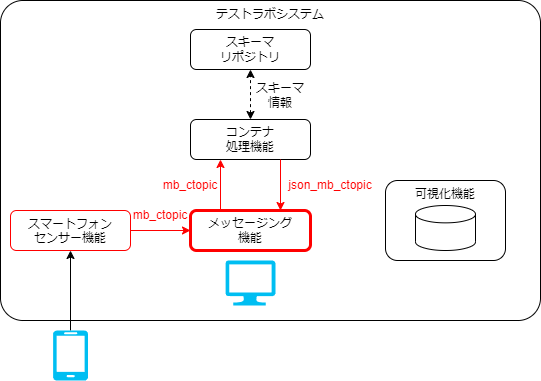
Earlier version of the draw.io export docs/testlab_system/environment/overview_target2.drawio.png (data-container-for-wearable-sensor/StartGuide). Source tidied: cells renumbered, new cells last; positions are measured from the earlier drawing's top-left corner, leaving out a move shared by most shapes.
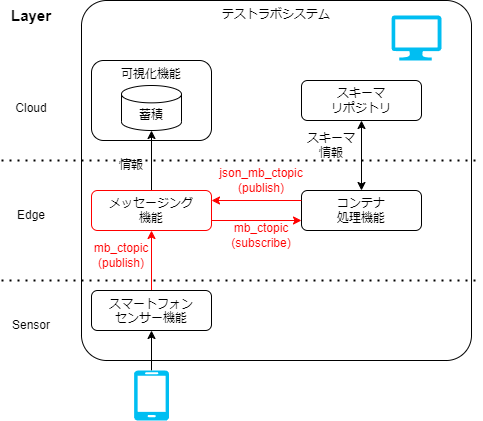
Above is the later version.

Diff of the diagram source:
```diff
@@ -3,58 +3,88 @@
     <mxCell id="0" />
     <mxCell id="1" parent="0" />
     <mxCell id="2" value="テストラボシステム" style="rounded=1;whiteSpace=wrap;html=1;fillColor=none;align=center;verticalAlign=top;arcSize=7;" parent="1" vertex="1">
-      <mxGeometry width="540" height="320" as="geometry" />
+      <mxGeometry x="110" y="-210" width="390" height="360" as="geometry" />
     </mxCell>
-    <mxCell id="3" style="edgeStyle=none;html=1;exitX=1;exitY=0.5;exitDx=0;exitDy=0;strokeColor=#FF0000;strokeWidth=1;" parent="1" edge="1" source="4" target="5">
+    <mxCell id="3" style="edgeStyle=none;html=1;strokeColor=#FF0000;" parent="1" edge="1" source="4" target="5">
       <mxGeometry relative="1" as="geometry" />
     </mxCell>
-    <mxCell id="4" value="&lt;span style=&quot;border-color: var(--border-color);&quot;&gt;スマートフォン&lt;/span&gt;&lt;br style=&quot;border-color: var(--border-color);&quot;&gt;&lt;span style=&quot;border-color: var(--border-color);&quot;&gt;センサー機能&lt;/span&gt;" style="rounded=1;whiteSpace=wrap;html=1;fillColor=none;verticalAlign=top;strokeColor=#FF0000;" parent="1" vertex="1">
-      <mxGeometry x="10" y="210" width="120" height="40" as="geometry" />
+    <mxCell id="4" value="&lt;span style=&quot;border-color: var(--border-color);&quot;&gt;スマートフォン&lt;/span&gt;&lt;br style=&quot;border-color: var(--border-color);&quot;&gt;&lt;span style=&quot;border-color: var(--border-color);&quot;&gt;センサー機能&lt;/span&gt;" style="rounded=1;whiteSpace=wrap;html=1;fillColor=none;verticalAlign=top;" parent="1" vertex="1">
+      <mxGeometry x="120" y="80" width="120" height="40" as="geometry" />
     </mxCell>
+    <mxCell id="20" style="edgeStyle=none;html=1;" parent="1" edge="1" source="5" target="23">
+      <mxGeometry relative="1" as="geometry" />
+    </mxCell>
-    <mxCell id="5" value="メッセージング&lt;br&gt;機能" style="rounded=1;whiteSpace=wrap;html=1;fillColor=none;strokeColor=#FF0000;strokeWidth=3;" parent="1" vertex="1">
-      <mxGeometry x="190" y="210" width="120" height="40" as="geometry" />
+    <mxCell id="5" value="メッセージング&lt;br&gt;機能" style="rounded=1;whiteSpace=wrap;html=1;fillColor=none;strokeColor=#FF0000;" parent="1" vertex="1">
+      <mxGeometry x="120" y="-20" width="120" height="40" as="geometry" />
     </mxCell>
     <mxCell id="6" value="コンテナ&lt;br&gt;処理機能" style="rounded=1;whiteSpace=wrap;html=1;fillColor=none;" parent="1" vertex="1">
-      <mxGeometry x="190" y="119" width="120" height="40" as="geometry" />
+      <mxGeometry x="330" y="-20" width="120" height="40" as="geometry" />
     </mxCell>
+    <mxCell id="21" value="情報" style="text;html=1;strokeColor=none;fillColor=none;align=center;verticalAlign=middle;whiteSpace=wrap;rounded=0;" parent="1" vertex="1">
+      <mxGeometry x="130" y="-60" width="60" height="30" as="geometry" />
+    </mxCell>
+    <mxCell id="22" value="mb_ctopic&lt;br&gt;(publish)" style="text;html=1;strokeColor=none;fillColor=none;align=center;verticalAlign=middle;whiteSpace=wrap;rounded=0;fontColor=#FF0000;" parent="1" vertex="1">
+      <mxGeometry x="120" y="30" width="60" height="30" as="geometry" />
+    </mxCell>
-    <mxCell id="7" style="endArrow=classic;html=1;exitX=0.25;exitY=0;exitDx=0;exitDy=0;entryX=0.25;entryY=1;entryDx=0;entryDy=0;strokeColor=#FF0000;" parent="1" edge="1" source="5" target="6">
+    <mxCell id="7" style="endArrow=classic;html=1;exitX=1;exitY=0.75;exitDx=0;exitDy=0;entryX=0;entryY=0.75;entryDx=0;entryDy=0;strokeColor=#FF0000;" parent="1" edge="1" source="5" target="6">
       <mxGeometry relative="1" as="geometry" />
     </mxCell>
-    <mxCell id="8" style="endArrow=classic;html=1;exitX=0.75;exitY=1;exitDx=0;exitDy=0;entryX=0.75;entryY=0;entryDx=0;entryDy=0;strokeColor=#FF0000;" parent="1" edge="1" source="6" target="5">
+    <mxCell id="8" style="endArrow=classic;html=1;exitX=0;exitY=0.25;exitDx=0;exitDy=0;entryX=1;entryY=0.25;entryDx=0;entryDy=0;strokeColor=#FF0000;" parent="1" edge="1" source="6" target="5">
       <mxGeometry relative="1" as="geometry" />
     </mxCell>
     <mxCell id="9" value="スキーマ&lt;br&gt;リポジトリ" style="rounded=1;whiteSpace=wrap;html=1;fillColor=none;" parent="1" vertex="1">
-      <mxGeometry x="190" y="29" width="120" height="40" as="geometry" />
+      <mxGeometry x="330" y="-130" width="120" height="40" as="geometry" />
     </mxCell>
-    <mxCell id="10" style="shape=cylinder3;whiteSpace=wrap;html=1;boundedLbl=1;backgroundOutline=1;size=8.676963806152344;" parent="1" vertex="1">
-      <mxGeometry x="415" y="205" width="60" height="45" as="geometry" />
-    </mxCell>
+    <mxCell id="23" value="蓄積" style="shape=cylinder3;whiteSpace=wrap;html=1;boundedLbl=1;backgroundOutline=1;size=8.676963806152344;" parent="1" vertex="1">
+      <mxGeometry x="150" y="-125" width="60" height="45" as="geometry" />
+    </mxCell>
+    <mxCell id="24" value="&lt;font color=&quot;#ff0000&quot;&gt;mb_ctopic&lt;br&gt;(subscribe)&lt;/font&gt;" style="text;html=1;strokeColor=none;fillColor=none;align=center;verticalAlign=middle;whiteSpace=wrap;rounded=0;" parent="1" vertex="1">
+      <mxGeometry x="260" y="10" width="60" height="30" as="geometry" />
+    </mxCell>
+    <mxCell id="25" value="&lt;font color=&quot;#ff0000&quot;&gt;json_mb_ctopic&lt;br&gt;(publish)&lt;br&gt;&lt;/font&gt;" style="text;html=1;strokeColor=none;fillColor=none;align=center;verticalAlign=middle;whiteSpace=wrap;rounded=0;" parent="1" vertex="1">
+      <mxGeometry x="260" y="-45" width="60" height="30" as="geometry" />
+    </mxCell>
     <mxCell id="11" value="スキーマ情報" style="text;html=1;strokeColor=none;fillColor=none;align=center;verticalAlign=middle;whiteSpace=wrap;rounded=0;" parent="1" vertex="1">
-      <mxGeometry x="250" y="80" width="60" height="30" as="geometry" />
+      <mxGeometry x="330" y="-80" width="60" height="30" as="geometry" />
     </mxCell>
-    <mxCell id="12" style="endArrow=classic;startArrow=classic;html=1;entryX=0.5;entryY=1;entryDx=0;entryDy=0;exitX=0.5;exitY=0;exitDx=0;exitDy=0;dashed=1;" parent="1" edge="1" source="6" target="9">
+    <mxCell id="12" style="endArrow=classic;startArrow=classic;html=1;entryX=0.5;entryY=1;entryDx=0;entryDy=0;exitX=0.5;exitY=0;exitDx=0;exitDy=0;" parent="1" edge="1" source="6" target="9">
       <mxGeometry relative="1" as="geometry" />
     </mxCell>
-    <mxCell id="13" style="edgeStyle=none;html=1;" parent="1" edge="1" source="14" target="4">
-      <mxGeometry relative="1" as="geometry" />
-    </mxCell>
-    <mxCell id="14" style="verticalLabelPosition=bottom;html=1;verticalAlign=top;align=center;strokeColor=none;fillColor=#00BEF2;shape=mxgraph.azure.mobile;" parent="1" vertex="1">
-      <mxGeometry x="52.5" y="330" width="35" height="50" as="geometry" />
-    </mxCell>
-    <mxCell id="15" style="verticalLabelPosition=bottom;html=1;verticalAlign=top;align=center;strokeColor=none;fillColor=#00BEF2;shape=mxgraph.azure.computer;" parent="1" vertex="1">
-      <mxGeometry x="225" y="260" width="50" height="45" as="geometry" />
-    </mxCell>
+    <mxCell id="26" style="edgeStyle=none;html=1;" parent="1" edge="1" source="27" target="4">
+      <mxGeometry relative="1" as="geometry" />
+    </mxCell>
+    <mxCell id="27" style="verticalLabelPosition=bottom;html=1;verticalAlign=top;align=center;strokeColor=none;fillColor=#00BEF2;shape=mxgraph.azure.mobile;" parent="1" vertex="1">
+      <mxGeometry x="162.5" y="160" width="35" height="50" as="geometry" />
+    </mxCell>
+    <mxCell id="28" style="verticalLabelPosition=bottom;html=1;verticalAlign=top;align=center;strokeColor=none;fillColor=#00BEF2;shape=mxgraph.azure.computer;" parent="1" vertex="1">
+      <mxGeometry x="420" y="-195" width="50" height="45" as="geometry" />
+    </mxCell>
     <mxCell id="16" value="可視化機能" style="rounded=1;whiteSpace=wrap;html=1;fillColor=none;verticalAlign=top;" parent="1" vertex="1">
-      <mxGeometry x="385" y="180" width="120" height="80" as="geometry" />
+      <mxGeometry x="120" y="-150" width="120" height="80" as="geometry" />
     </mxCell>
-    <mxCell id="17" value="mb_ctopic" style="text;html=1;strokeColor=none;fillColor=none;align=center;verticalAlign=middle;whiteSpace=wrap;rounded=0;fontColor=#FF0000;" parent="1" vertex="1">
-      <mxGeometry x="130" y="200" width="60" height="30" as="geometry" />
-    </mxCell>
-    <mxCell id="18" value="mb_ctopic" style="text;html=1;strokeColor=none;fillColor=none;align=center;verticalAlign=middle;whiteSpace=wrap;rounded=0;fontColor=#FF0000;" parent="1" vertex="1">
-      <mxGeometry x="160" y="170" width="60" height="30" as="geometry" />
-    </mxCell>
-    <mxCell id="19" value="json_mb_ctopic" style="text;html=1;strokeColor=none;fillColor=none;align=center;verticalAlign=middle;whiteSpace=wrap;rounded=0;fontColor=#FF0000;" parent="1" vertex="1">
-      <mxGeometry x="300" y="170" width="60" height="30" as="geometry" />
-    </mxCell>
+    <mxCell id="29" style="endArrow=none;dashed=1;html=1;dashPattern=1 3;strokeWidth=2;" parent="1" edge="1">
+      <mxGeometry relative="1" as="geometry">
+        <mxPoint x="30" y="-50" as="sourcePoint" />
+        <mxPoint x="510" y="-50" as="targetPoint" />
+      </mxGeometry>
+    </mxCell>
+    <mxCell id="30" style="endArrow=none;dashed=1;html=1;dashPattern=1 3;strokeWidth=2;" parent="1" edge="1">
+      <mxGeometry relative="1" as="geometry">
+        <mxPoint x="30" y="70" as="sourcePoint" />
+        <mxPoint x="510" y="70" as="targetPoint" />
+      </mxGeometry>
+    </mxCell>
+    <mxCell id="31" value="Cloud" style="text;html=1;strokeColor=none;fillColor=none;align=center;verticalAlign=middle;whiteSpace=wrap;rounded=0;" parent="1" vertex="1">
+      <mxGeometry x="30" y="-117.5" width="60" height="30" as="geometry" />
+    </mxCell>
+    <mxCell id="32" value="Layer" style="text;html=1;strokeColor=none;fillColor=none;align=center;verticalAlign=middle;whiteSpace=wrap;rounded=0;fontStyle=1;fontSize=15;" parent="1" vertex="1">
+      <mxGeometry x="30" y="-210" width="60" height="30" as="geometry" />
+    </mxCell>
+    <mxCell id="33" value="Edge" style="text;html=1;strokeColor=none;fillColor=none;align=center;verticalAlign=middle;whiteSpace=wrap;rounded=0;" parent="1" vertex="1">
+      <mxGeometry x="30" y="-10" width="60" height="30" as="geometry" />
+    </mxCell>
+    <mxCell id="34" value="Sensor" style="text;html=1;strokeColor=none;fillColor=none;align=center;verticalAlign=middle;whiteSpace=wrap;rounded=0;" parent="1" vertex="1">
+      <mxGeometry x="30" y="100" width="60" height="30" as="geometry" />
+    </mxCell>
   </root>
 </mxGraphModel>
```
